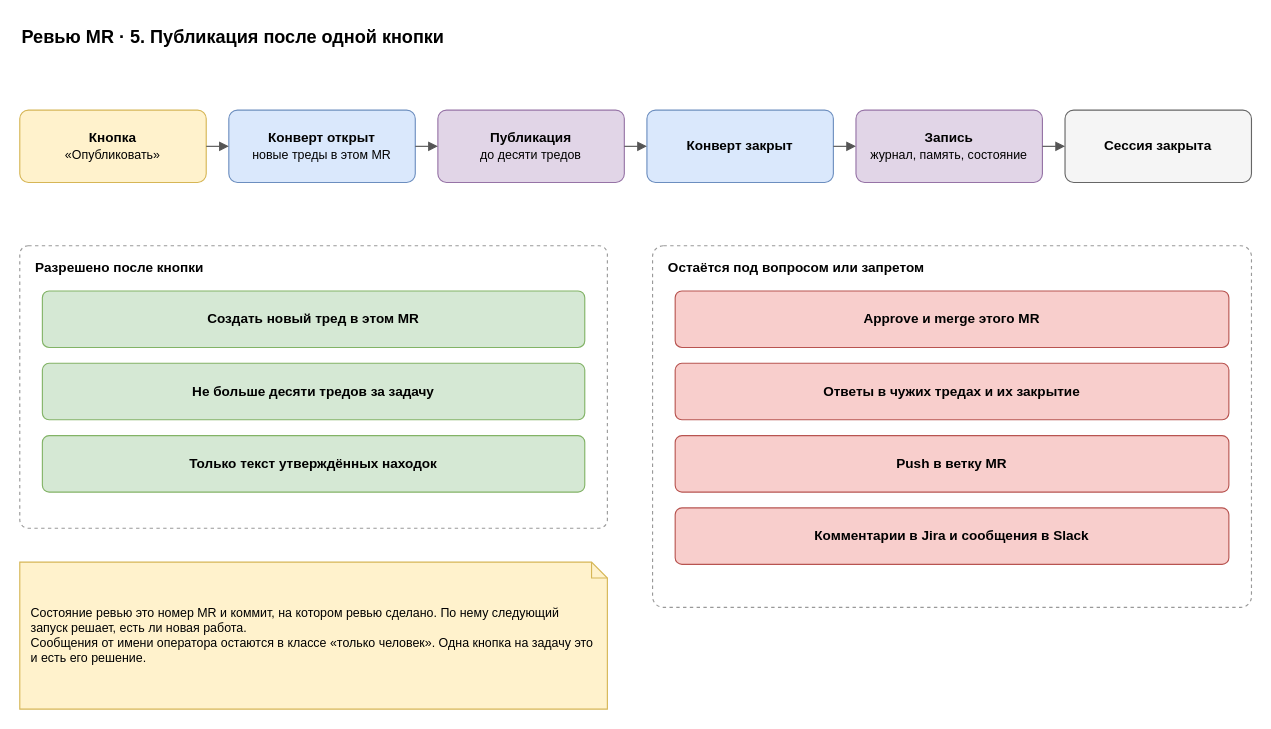
roygkov/reins keeps this draw.io diagram as page "5. Публикация" (5 of 7) of docs/spec/harness-instance-mr-review.drawio. Above is the earlier version. Source tidied: cells renumbered, new cells numbered last; positions are measured from the earlier drawing's top-left corner, leaving out a move shared by most shapes. Both pictures are drawn from the tidied source at 113%, with x=0, y=0 at pixel (19, 19).
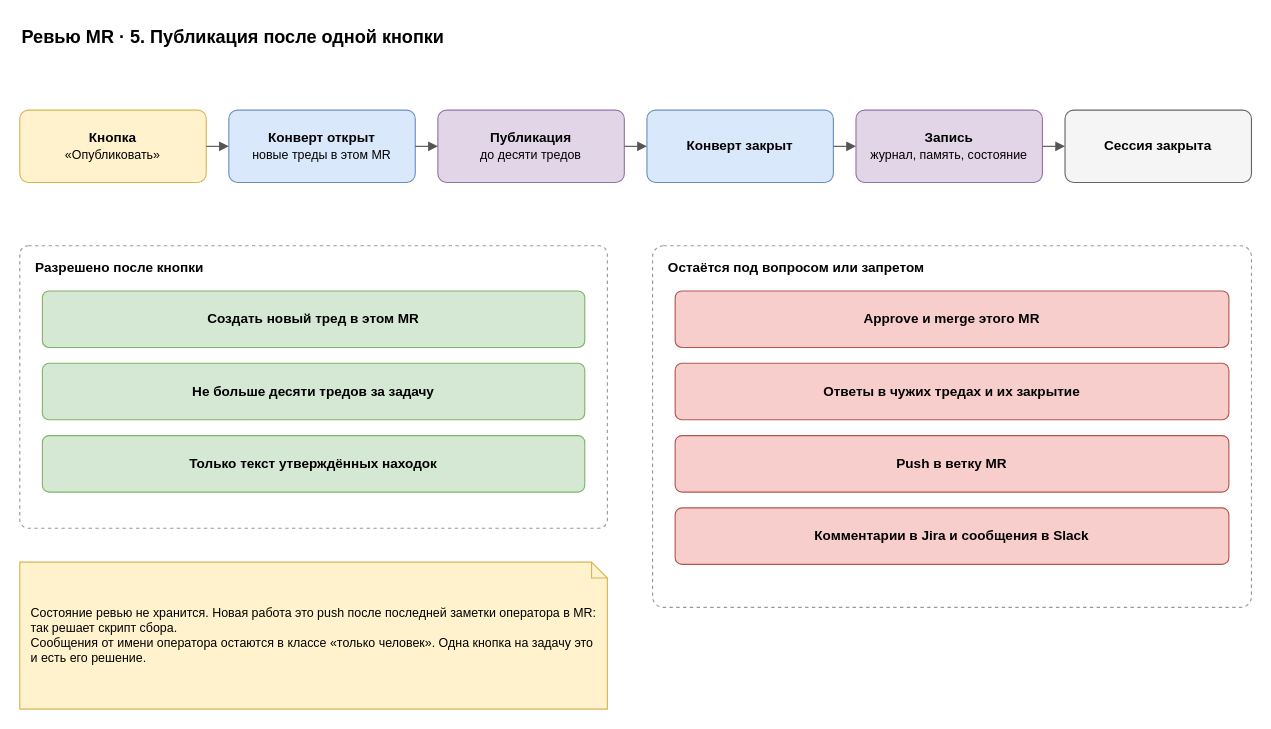
After the change.

Change to the diagram source:
```diff
@@
-    <mxCell id="23" value="Состояние ревью это номер MR и коммит, на котором ревью сделано. По нему следующий запуск решает, есть ли новая работа.&lt;br&gt;Сообщения от имени оператора остаются в классе «только человек». Одна кнопка на задачу это и есть его решение." style="shape=note;whiteSpace=wrap;html=1;backgroundOutline=1;size=14;fillColor=#fff2cc;strokeColor=#d6b656;align=left;spacingLeft=8;spacingRight=8;fontSize=11;" parent="1" vertex="1">
+    <mxCell id="23" value="Состояние ревью не хранится. Новая работа это push после последней заметки оператора в MR: так решает скрипт сбора.&lt;br&gt;Сообщения от имени оператора остаются в классе «только человек». Одна кнопка на задачу это и есть его решение." style="shape=note;whiteSpace=wrap;html=1;backgroundOutline=1;size=14;fillColor=#fff2cc;strokeColor=#d6b656;align=left;spacingLeft=8;spacingRight=8;fontSize=11;" parent="1" vertex="1">
       <mxGeometry y="480" width="520" height="130" as="geometry" />
     </mxCell>
```
